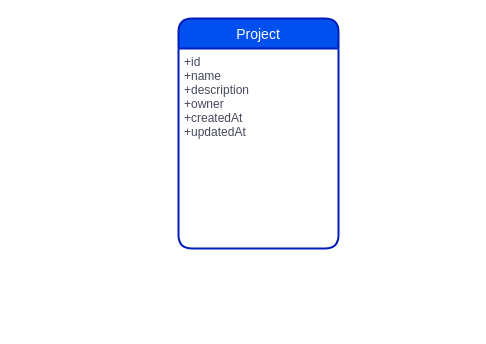
IvanFarkas/tts_lip-sync_erm keeps this draw.io diagram as erm/tts_lip-sync_erm.drawio. Above is the earlier version. Source tidied: cells renumbered, new cells numbered last; positions are measured from the earlier drawing's top-left corner, leaving out a move shared by most shapes. Both pictures are drawn from the tidied source at 100%, with x=0, y=0 at pixel (178, 18).
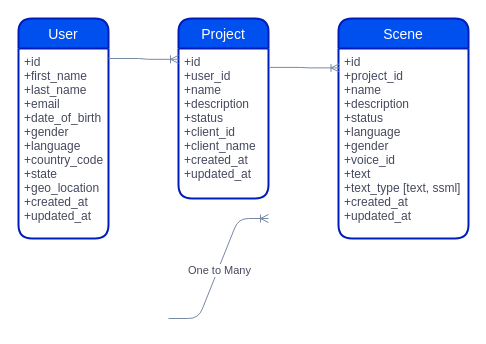
The same page after the edit.

What changed in the source:
```diff
@@
 <mxGraphModel>
   <root>
     <mxCell id="0" />
     <mxCell id="1" parent="0" />
     <mxCell id="2" value="Project" style="swimlane;horizontal=1;startSize=30;rounded=1;fontSize=14;fontStyle=0;strokeWidth=2;shadow=0;dashed=0;align=center;strokeColor=#001DBC;fontColor=#ffffff;fillColor=#0050ef;gradientColor=none;swimlaneFillColor=default;" parent="1" vertex="1">
-      <mxGeometry width="160" height="230" as="geometry" />
+      <mxGeometry width="90" height="180" as="geometry" />
     </mxCell>
-    <mxCell id="3" value="+id&#10;+name&#10;+description&#10;+owner&#10;+createdAt&#10;+updatedAt&#10;" style="align=left;strokeColor=none;fillColor=none;spacingLeft=4;fontSize=12;verticalAlign=top;fontColor=#46495D;" parent="2" vertex="1">
-      <mxGeometry y="30" width="160" height="200" as="geometry" />
+    <mxCell id="3" value="+id&#10;+user_id&#10;+name&#10;+description&#10;+status&#10;+client_id&#10;+client_name&#10;+created_at&#10;+updated_at" style="align=left;strokeColor=none;fillColor=none;spacingLeft=4;fontSize=12;verticalAlign=top;fontColor=#46495D;" parent="2" vertex="1">
+      <mxGeometry y="30" width="90" height="150" as="geometry" />
     </mxCell>
+    <mxCell id="4" value="Scene" style="swimlane;horizontal=1;startSize=30;rounded=1;fontSize=14;fontStyle=0;strokeWidth=2;shadow=0;dashed=0;align=center;strokeColor=#001DBC;fontColor=#ffffff;fillColor=#0050ef;" parent="1" vertex="1">
+      <mxGeometry x="160" width="130" height="220" as="geometry" />
+    </mxCell>
+    <mxCell id="5" value="+id&#10;+project_id&#10;+name&#10;+description&#10;+status&#10;+language&#10;+gender&#10;+voice_id&#10;+text&#10;+text_type [text, ssml]&#10;+created_at&#10;+updated_at" style="align=left;strokeColor=none;fillColor=none;spacingLeft=4;fontSize=12;verticalAlign=top;fontColor=#46495D;" parent="4" vertex="1">
+      <mxGeometry y="30" width="130" height="190" as="geometry" />
+    </mxCell>
+    <mxCell id="6" style="edgeStyle=entityRelationEdgeStyle;fontSize=12;html=1;endArrow=ERoneToMany;rounded=0;strokeColor=#788AA3;fontColor=#46495D;fillColor=#B2C9AB;exitX=1.011;exitY=0.126;exitDx=0;exitDy=0;exitPerimeter=0;entryX=0.004;entryY=0.102;entryDx=0;entryDy=0;entryPerimeter=0;" parent="1" edge="1" source="3" target="5">
+      <mxGeometry relative="1" as="geometry" />
+    </mxCell>
+    <mxCell id="7" style="edgeStyle=entityRelationEdgeStyle;fontSize=12;html=1;endArrow=ERoneToMany;strokeColor=#788AA3;fontColor=#46495D;fillColor=#B2C9AB;rounded=1;" parent="1" edge="1">
+      <mxGeometry relative="1" as="geometry">
+        <mxPoint x="-10" y="300" as="sourcePoint" />
+        <mxPoint x="90" y="200" as="targetPoint" />
+      </mxGeometry>
+    </mxCell>
+    <mxCell id="8" value="One to Many" style="edgeLabel;html=1;align=center;verticalAlign=middle;fontColor=#46495D;" parent="7" vertex="1">
+      <mxGeometry x="-0.01" y="-2" relative="1" as="geometry">
+        <mxPoint x="-1" as="offset" />
+      </mxGeometry>
+    </mxCell>
+    <mxCell id="9" value="User" style="swimlane;horizontal=1;startSize=30;rounded=1;fontSize=14;fontStyle=0;strokeWidth=2;shadow=0;dashed=0;align=center;strokeColor=#001DBC;fontColor=#ffffff;fillColor=#0050ef;gradientColor=none;swimlaneFillColor=default;" parent="1" vertex="1">
+      <mxGeometry x="-160" width="90" height="220" as="geometry" />
+    </mxCell>
+    <mxCell id="10" value="+id&#10;+first_name&#10;+last_name&#10;+email&#10;+date_of_birth&#10;+gender&#10;+language&#10;+country_code&#10;+state&#10;+geo_location&#10;+created_at&#10;+updated_at" style="align=left;strokeColor=none;fillColor=none;spacingLeft=4;fontSize=12;verticalAlign=top;fontColor=#46495D;" parent="9" vertex="1">
+      <mxGeometry y="30" width="90" height="190" as="geometry" />
+    </mxCell>
+    <mxCell id="11" style="edgeStyle=entityRelationEdgeStyle;fontSize=12;html=1;endArrow=ERoneToMany;rounded=0;strokeColor=#788AA3;fontColor=#46495D;fillColor=#B2C9AB;entryX=0;entryY=0.072;entryDx=0;entryDy=0;entryPerimeter=0;" parent="1" edge="1" target="3">
+      <mxGeometry relative="1" as="geometry">
+        <mxPoint x="-70" y="40" as="sourcePoint" />
+      </mxGeometry>
+    </mxCell>
   </root>
 </mxGraphModel>
```
